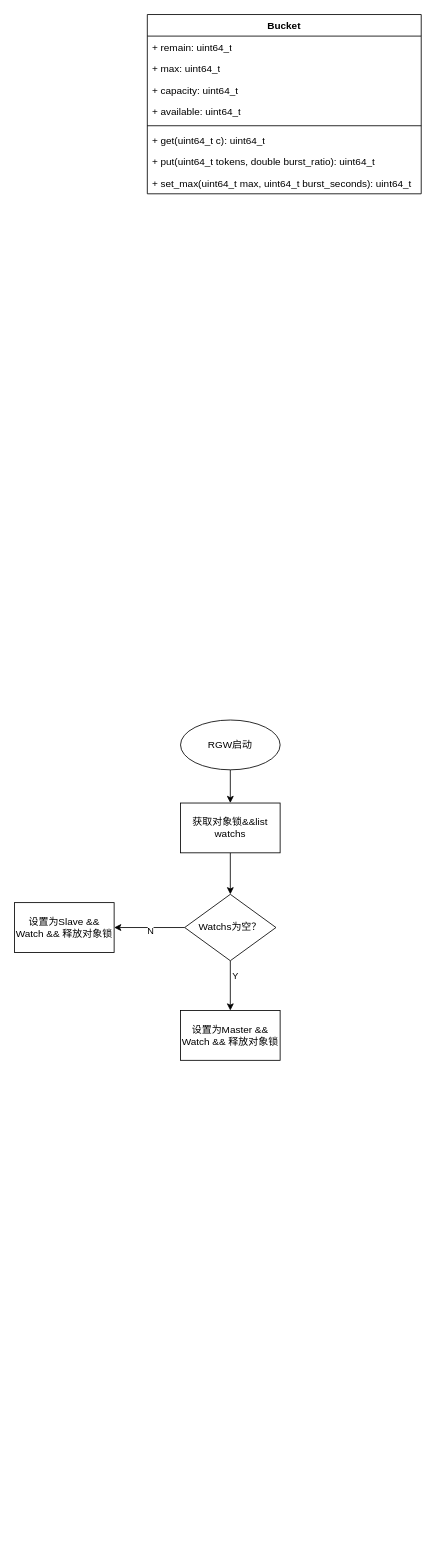
The draw.io diagram page "QoS" (9 of 10) of leveldb.drawio in liutimo/images_bed, before the edit. Source tidied: cells renumbered, new cells numbered last; positions are measured from the earlier drawing's top-left corner, leaving out a move shared by most shapes. Both pictures are drawn from the tidied source at 83%, with x=0, y=0 at pixel (14, 14).
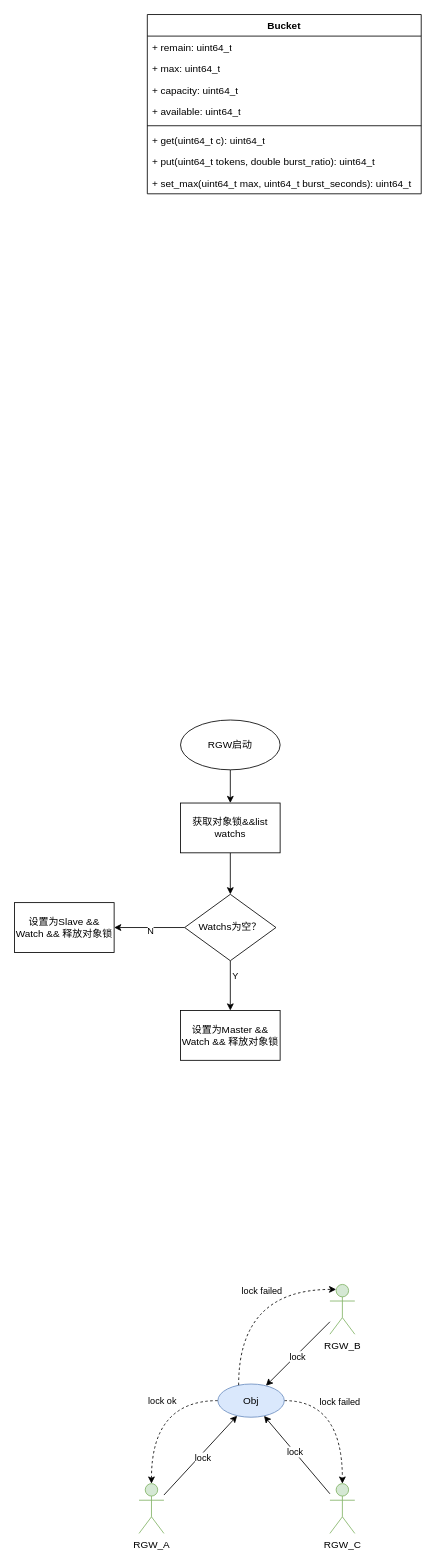
Above is the later version.

Diff of the diagram source:
```diff
@@
+    <mxCell id="22" style="rounded=0;jettySize=auto;html=1;" parent="1" edge="1" source="24" target="32">
+      <mxGeometry relative="1" as="geometry" />
+    </mxCell>
+    <mxCell id="23" value="lock" style="edgeLabel;html=1;align=center;verticalAlign=middle;" parent="22" vertex="1">
+      <mxGeometry y="-4" relative="1" as="geometry">
+        <mxPoint x="-1" as="offset" />
+      </mxGeometry>
+    </mxCell>
+    <mxCell id="24" value="RGW_A" style="shape=umlActor;verticalLabelPosition=bottom;verticalAlign=top;html=1;outlineConnect=0;fillColor=#d5e8d4;strokeColor=#82b366;" parent="1" vertex="1">
+      <mxGeometry x="150" y="1770" width="30" height="60" as="geometry" />
+    </mxCell>
+    <mxCell id="25" style="rounded=0;jettySize=auto;html=1;" parent="1" edge="1" source="27" target="32">
+      <mxGeometry relative="1" as="geometry" />
+    </mxCell>
+    <mxCell id="26" value="lock" style="edgeLabel;html=1;align=center;verticalAlign=middle;" parent="25" vertex="1">
+      <mxGeometry x="0.04" y="1" relative="1" as="geometry" />
+    </mxCell>
+    <mxCell id="27" value="RGW_B" style="shape=umlActor;verticalLabelPosition=bottom;verticalAlign=top;html=1;outlineConnect=0;fillColor=#d5e8d4;strokeColor=#82b366;" parent="1" vertex="1">
+      <mxGeometry x="380" y="1530" width="30" height="60" as="geometry" />
+    </mxCell>
+    <mxCell id="28" style="edgeStyle=orthogonalEdgeStyle;rounded=0;jettySize=auto;html=1;exitX=0;exitY=0.5;exitDx=0;exitDy=0;curved=1;dashed=1;" parent="1" edge="1" source="32" target="24">
+      <mxGeometry relative="1" as="geometry" />
+    </mxCell>
+    <mxCell id="29" value="lock ok" style="edgeLabel;html=1;align=center;verticalAlign=middle;" parent="28" vertex="1">
+      <mxGeometry x="-0.24" y="-1" relative="1" as="geometry" />
+    </mxCell>
+    <mxCell id="30" style="edgeStyle=orthogonalEdgeStyle;rounded=0;jettySize=auto;html=1;curved=1;dashed=1;" parent="1" edge="1" source="32" target="35">
+      <mxGeometry relative="1" as="geometry" />
+    </mxCell>
+    <mxCell id="31" value="lock failed" style="edgeLabel;html=1;align=center;verticalAlign=middle;" parent="30" vertex="1">
+      <mxGeometry x="-0.22" y="-1" relative="1" as="geometry" />
+    </mxCell>
+    <mxCell id="32" value="Obj" style="ellipse;whiteSpace=wrap;html=1;fillColor=#dae8fc;strokeColor=#6c8ebf;" parent="1" vertex="1">
+      <mxGeometry x="245" y="1650" width="80" height="40" as="geometry" />
+    </mxCell>
+    <mxCell id="33" style="rounded=0;jettySize=auto;html=1;" parent="1" edge="1" source="35" target="32">
+      <mxGeometry relative="1" as="geometry" />
+    </mxCell>
+    <mxCell id="34" value="lock" style="edgeLabel;html=1;align=center;verticalAlign=middle;" parent="33" vertex="1">
+      <mxGeometry x="0.07" relative="1" as="geometry" />
+    </mxCell>
+    <mxCell id="35" value="RGW_C" style="shape=umlActor;verticalLabelPosition=bottom;verticalAlign=top;html=1;outlineConnect=0;fillColor=#d5e8d4;strokeColor=#82b366;" parent="1" vertex="1">
+      <mxGeometry x="380" y="1770" width="30" height="60" as="geometry" />
+    </mxCell>
+    <mxCell id="36" style="edgeStyle=orthogonalEdgeStyle;rounded=0;jettySize=auto;html=1;entryX=0.25;entryY=0.1;entryDx=0;entryDy=0;entryPerimeter=0;curved=1;dashed=1;" parent="1" edge="1" source="32" target="27">
+      <mxGeometry relative="1" as="geometry">
+        <Array as="points">
+          <mxPoint x="270" y="1536" />
+        </Array>
+      </mxGeometry>
+    </mxCell>
+    <mxCell id="37" value="lock failed" style="edgeLabel;html=1;align=center;verticalAlign=middle;" parent="36" vertex="1">
+      <mxGeometry x="0.23" y="-1" relative="1" as="geometry" />
+    </mxCell>
```
